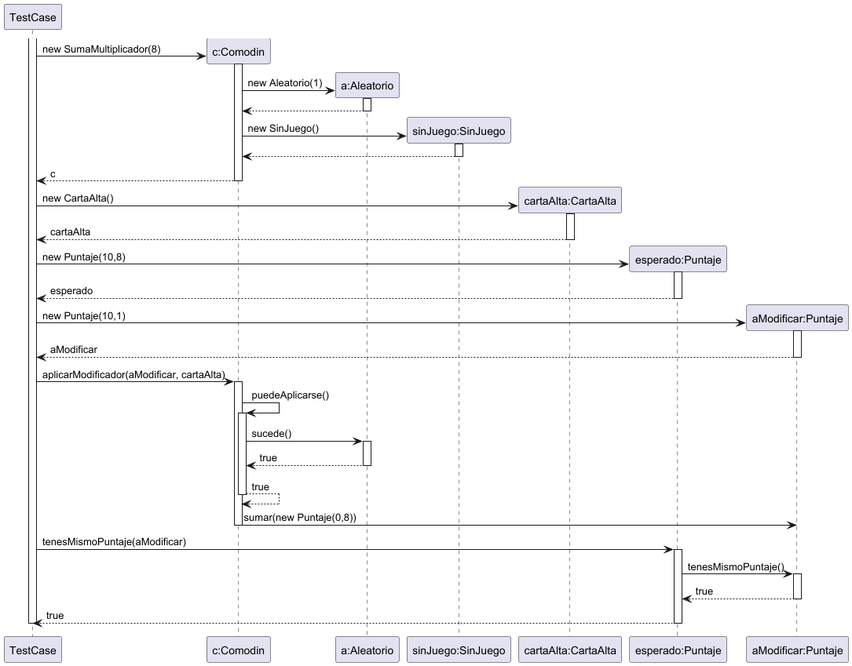
facukresta/g06-tp2-2c-2024 keeps this PlantUML diagram as diagrams/sequences/casoDeUso1.png. Above is the earlier version. Its source is kept beside it as diagrams/sequences/casoDeUso1.puml.
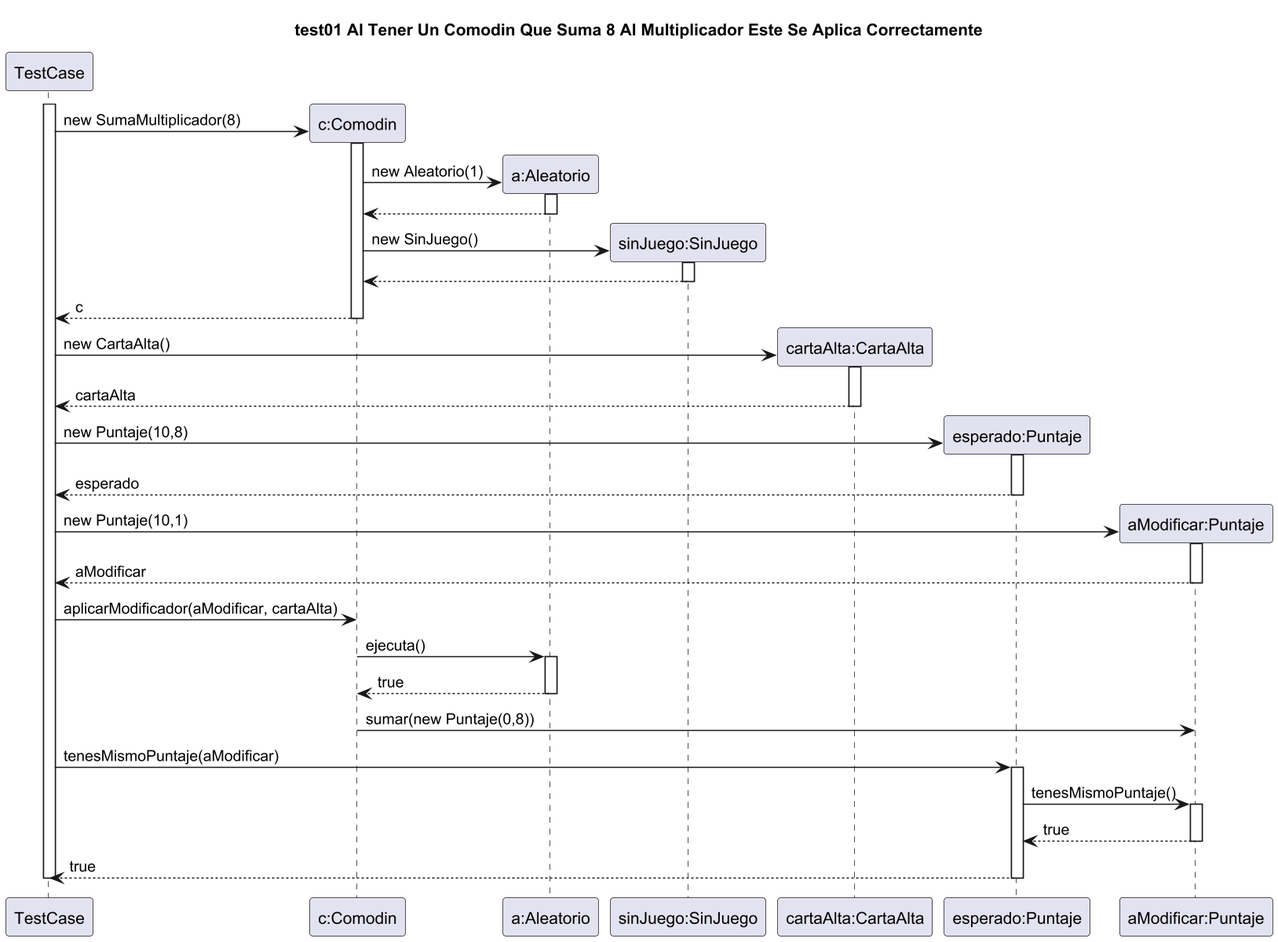
Above is the later version.

Commit message:
modifique caso de uso 1

The edit, as a diff of the source:
```diff
@@ -33,16 +33,11 @@
 deactivate aModificar
 
 TestCase -> comodin : aplicarModificador(aModificar, cartaAlta)
-activate comodin
-comodin -> comodin : puedeAplicarse()
-activate comodin
-comodin -> aleatorio : sucede()
+comodin -> aleatorio : ejecuta()
 activate aleatorio
 comodin <-- aleatorio : true
 deactivate aleatorio
 
-comodin --> comodin : true
-deactivate comodin
 comodin -> aModificar : sumar(new Puntaje(0,8))
 deactivate comodin
 
```
